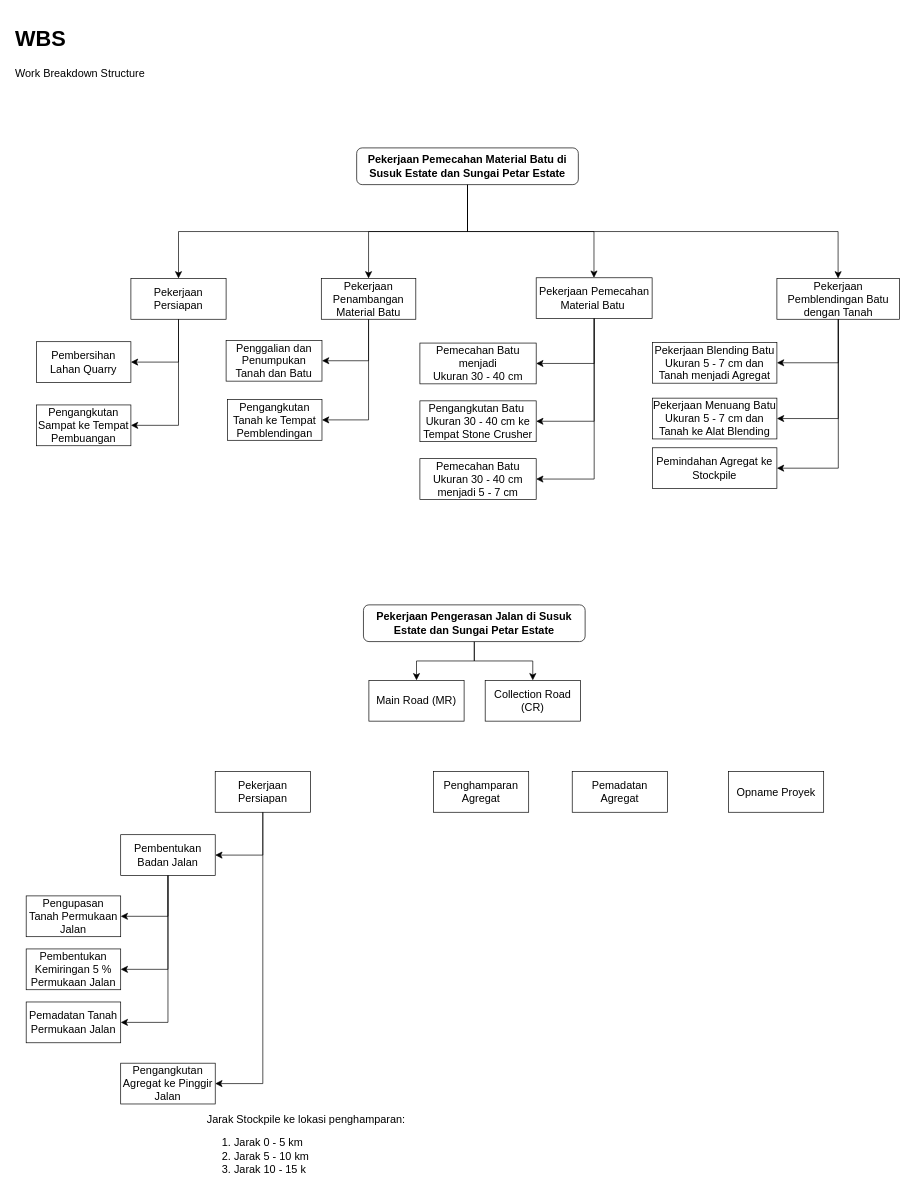
Earlier version of the draw.io diagram WBS.drawio (rubin429/design-port-and-harbour). Source tidied: cells renumbered, new cells numbered last; positions are measured from the earlier drawing's top-left corner, leaving out a move shared by most shapes. Both pictures are drawn from the tidied source at 68%, with x=0, y=0 at pixel (12, 18).
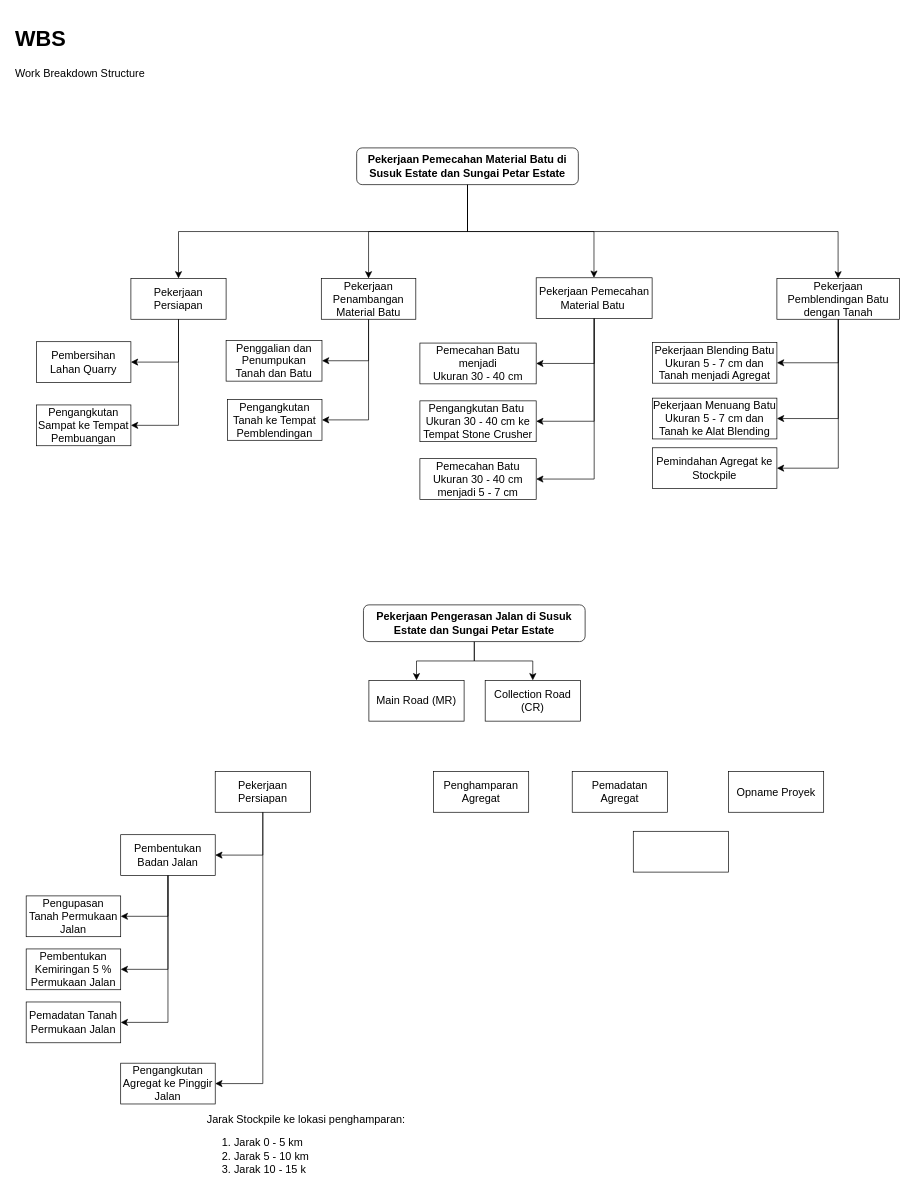
Above is the later version.

What changed in the source:
```diff
@@
+    <mxCell id="58" value="&lt;br&gt;" style="rounded=0;whiteSpace=wrap;html=1;fontSize=16;labelBackgroundColor=none;" parent="1" vertex="1">
+      <mxGeometry x="913.8" y="1195" width="140" height="60" as="geometry" />
+    </mxCell>
```
